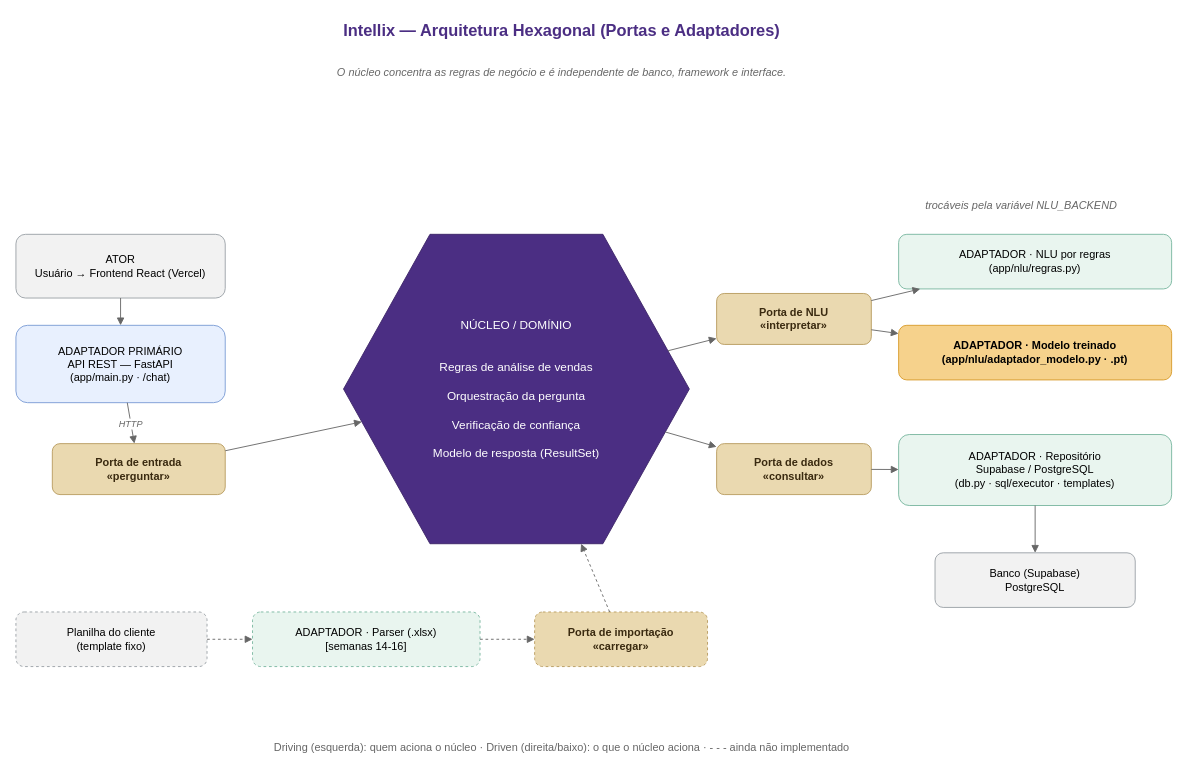
The draw.io diagram docs/diagramas/arquitetura_hexagonal.drawio in intellix-tcc/Intellix, before the edit. Source tidied: cells renumbered, new cells numbered last; positions are measured from the earlier drawing's top-left corner, leaving out a move shared by most shapes. Both pictures are drawn from the tidied source at 91%, with x=0, y=0 at pixel (15, 15).
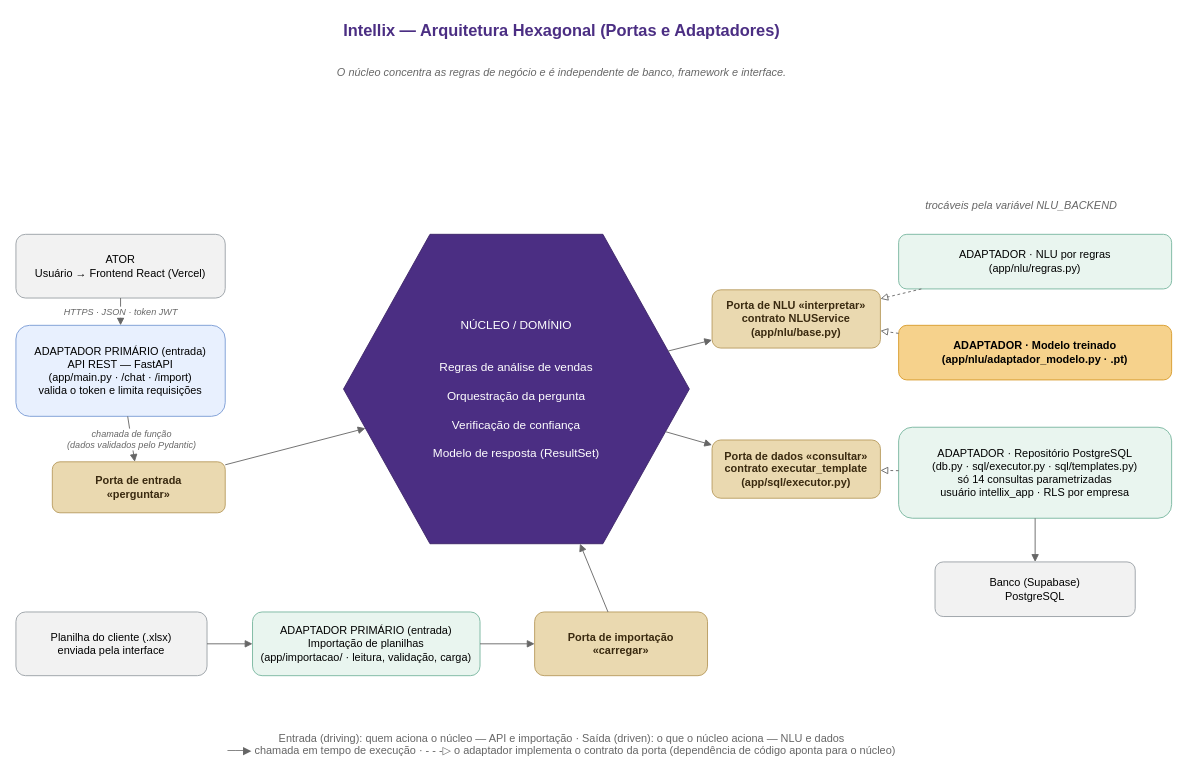
After the change.

Commit message (it also covers changes not shown here):
docs(diagramas): figura 6 sem backup automatico e hexagonal com achados 07-01 a 07-04

Unchanged cells that the change refers to:
```xml
<mxCell id="5" value="NÚCLEO / DOMÍNIO&#10;&#10;&#10;Regras de análise de vendas&#10;&#10;Orquestração da pergunta&#10;&#10;Verificação de confiança&#10;&#10;Modelo de resposta (ResultSet)" style="shape=hexagon;perimeter=hexagonPerimeter2;fontFamily=Helvetica;fontSize=12;html=1;whiteSpace=wrap;fillColor=#4B2E83;strokeColor=#3d2568;fontColor=#FFFFFF;fontSize=13;verticalAlign=middle;" parent="1" vertex="1">
  <mxGeometry x="360" y="240" width="380" height="340" as="geometry" />
</mxCell>
<mxCell id="6" value="ATOR&#10;Usuário → Frontend React (Vercel)" style="rounded=1;fontFamily=Helvetica;fontSize=12;html=1;whiteSpace=wrap;fillColor=#F2F2F2;strokeColor=#9aa0a6;" parent="1" vertex="1">
  <mxGeometry y="240" width="230" height="70" as="geometry" />
</mxCell>
<mxCell id="11" value="ADAPTADOR · NLU por regras&#10;(app/nlu/regras.py)" style="rounded=1;fontFamily=Helvetica;fontSize=12;html=1;whiteSpace=wrap;fillColor=#E9F5EF;strokeColor=#79b79f;" parent="1" vertex="1">
  <mxGeometry x="970" y="240" width="300" height="60" as="geometry" />
</mxCell>
<mxCell id="12" value="ADAPTADOR · Modelo treinado&#10;(app/nlu/adaptador_modelo.py · .pt)" style="rounded=1;fontFamily=Helvetica;fontSize=12;html=1;whiteSpace=wrap;fillColor=#F6D28C;strokeColor=#d89b2b;fontStyle=1;" parent="1" vertex="1">
  <mxGeometry x="970" y="340" width="300" height="60" as="geometry" />
</mxCell>
```

Diff of the diagram source:
```diff
@@
-    <mxCell id="4" value="Driving (esquerda): quem aciona o núcleo    ·    Driven (direita/baixo): o que o núcleo aciona    ·    - - -  ainda não implementado" style="text;fontFamily=Helvetica;fontSize=12;html=1;whiteSpace=wrap;strokeColor=none;fillColor=none;align=center;fontColor=#666666;" parent="1" vertex="1">
-      <mxGeometry x="130" y="790" width="940" height="26" as="geometry" />
+    <mxCell id="4" value="Entrada (driving): quem aciona o núcleo — API e importação    ·    Saída (driven): o que o núcleo aciona — NLU e dados&#10;──▶ chamada em tempo de execução    ·    - - -▷ o adaptador implementa o contrato da porta (dependência de código aponta para o núcleo)" style="text;fontFamily=Helvetica;fontSize=12;html=1;whiteSpace=wrap;strokeColor=none;fillColor=none;align=center;fontColor=#666666;" parent="1" vertex="1">
+      <mxGeometry x="80" y="780" width="1040" height="44" as="geometry" />
     </mxCell>
@@
-    <mxCell id="7" value="ADAPTADOR PRIMÁRIO&#10;API REST — FastAPI&#10;(app/main.py · /chat)" style="rounded=1;fontFamily=Helvetica;fontSize=12;html=1;whiteSpace=wrap;fillColor=#E8F0FE;strokeColor=#7a9bd4;" parent="1" vertex="1">
-      <mxGeometry y="340" width="230" height="85" as="geometry" />
+    <mxCell id="7" value="ADAPTADOR PRIMÁRIO (entrada)&#10;API REST — FastAPI&#10;(app/main.py · /chat · /import)&#10;valida o token e limita requisições" style="rounded=1;fontFamily=Helvetica;fontSize=12;html=1;whiteSpace=wrap;fillColor=#E8F0FE;strokeColor=#7a9bd4;" parent="1" vertex="1">
+      <mxGeometry y="340" width="230" height="100" as="geometry" />
     </mxCell>
     <mxCell id="8" value="Porta de entrada&#10;«perguntar»" style="rounded=1;fontFamily=Helvetica;fontSize=12;html=1;whiteSpace=wrap;fillColor=#EAD9B0;strokeColor=#b89b5e;fontColor=#3a2a10;fontStyle=1;" parent="1" vertex="1">
-      <mxGeometry x="40" y="470" width="190" height="56" as="geometry" />
+      <mxGeometry x="40" y="490" width="190" height="56" as="geometry" />
     </mxCell>
@@
-    <mxCell id="10" value="Porta de NLU&#10;«interpretar»" style="rounded=1;fontFamily=Helvetica;fontSize=12;html=1;whiteSpace=wrap;fillColor=#EAD9B0;strokeColor=#b89b5e;fontColor=#3a2a10;fontStyle=1;" parent="1" vertex="1">
-      <mxGeometry x="770" y="305" width="170" height="56" as="geometry" />
+    <mxCell id="10" value="Porta de NLU «interpretar»&#10;contrato NLUService&#10;(app/nlu/base.py)" style="rounded=1;fontFamily=Helvetica;fontSize=12;html=1;whiteSpace=wrap;fillColor=#EAD9B0;strokeColor=#b89b5e;fontColor=#3a2a10;fontStyle=1;" parent="1" vertex="1">
+      <mxGeometry x="765" y="301" width="185" height="64" as="geometry" />
     </mxCell>
@@
-    <mxCell id="13" value="Porta de dados&#10;«consultar»" style="rounded=1;fontFamily=Helvetica;fontSize=12;html=1;whiteSpace=wrap;fillColor=#EAD9B0;strokeColor=#b89b5e;fontColor=#3a2a10;fontStyle=1;" parent="1" vertex="1">
-      <mxGeometry x="770" y="470" width="170" height="56" as="geometry" />
+    <mxCell id="13" value="Porta de dados «consultar»&#10;contrato executar_template&#10;(app/sql/executor.py)" style="rounded=1;fontFamily=Helvetica;fontSize=12;html=1;whiteSpace=wrap;fillColor=#EAD9B0;strokeColor=#b89b5e;fontColor=#3a2a10;fontStyle=1;" parent="1" vertex="1">
+      <mxGeometry x="765" y="466" width="185" height="64" as="geometry" />
     </mxCell>
-    <mxCell id="14" value="ADAPTADOR · Repositório&#10;Supabase / PostgreSQL&#10;(db.py · sql/executor · templates)" style="rounded=1;fontFamily=Helvetica;fontSize=12;html=1;whiteSpace=wrap;fillColor=#E9F5EF;strokeColor=#79b79f;" parent="1" vertex="1">
-      <mxGeometry x="970" y="460" width="300" height="78" as="geometry" />
+    <mxCell id="14" value="ADAPTADOR · Repositório PostgreSQL&#10;(db.py · sql/executor.py · sql/templates.py)&#10;só 14 consultas parametrizadas&#10;usuário intellix_app · RLS por empresa" style="rounded=1;fontFamily=Helvetica;fontSize=12;html=1;whiteSpace=wrap;fillColor=#E9F5EF;strokeColor=#79b79f;" parent="1" vertex="1">
+      <mxGeometry x="970" y="452" width="300" height="100" as="geometry" />
     </mxCell>
     <mxCell id="15" value="Banco (Supabase)&#10;PostgreSQL" style="rounded=1;fontFamily=Helvetica;fontSize=12;html=1;whiteSpace=wrap;fillColor=#F2F2F2;strokeColor=#9aa0a6;" parent="1" vertex="1">
-      <mxGeometry x="1010" y="590" width="220" height="60" as="geometry" />
+      <mxGeometry x="1010" y="600" width="220" height="60" as="geometry" />
     </mxCell>
-    <mxCell id="16" value="Planilha do cliente&#10;(template fixo)" style="rounded=1;fontFamily=Helvetica;fontSize=12;html=1;whiteSpace=wrap;fillColor=#F2F2F2;strokeColor=#9aa0a6;dashed=1;" parent="1" vertex="1">
-      <mxGeometry y="655" width="210" height="60" as="geometry" />
+    <mxCell id="16" value="Planilha do cliente (.xlsx)&#10;enviada pela interface" style="rounded=1;fontFamily=Helvetica;fontSize=12;html=1;whiteSpace=wrap;fillColor=#F2F2F2;strokeColor=#9aa0a6;" parent="1" vertex="1">
+      <mxGeometry y="655" width="210" height="70" as="geometry" />
     </mxCell>
-    <mxCell id="17" value="ADAPTADOR · Parser (.xlsx)&#10;[semanas 14-16]" style="rounded=1;fontFamily=Helvetica;fontSize=12;html=1;whiteSpace=wrap;fillColor=#E9F5EF;strokeColor=#79b79f;dashed=1;" parent="1" vertex="1">
-      <mxGeometry x="260" y="655" width="250" height="60" as="geometry" />
+    <mxCell id="17" value="ADAPTADOR PRIMÁRIO (entrada)&#10;Importação de planilhas&#10;(app/importacao/ · leitura, validação, carga)" style="rounded=1;fontFamily=Helvetica;fontSize=12;html=1;whiteSpace=wrap;fillColor=#E9F5EF;strokeColor=#79b79f;" parent="1" vertex="1">
+      <mxGeometry x="260" y="655" width="250" height="70" as="geometry" />
     </mxCell>
-    <mxCell id="18" value="Porta de importação&#10;«carregar»" style="rounded=1;fontFamily=Helvetica;fontSize=12;html=1;whiteSpace=wrap;fillColor=#EAD9B0;strokeColor=#b89b5e;fontColor=#3a2a10;fontStyle=1;dashed=1;" parent="1" vertex="1">
-      <mxGeometry x="570" y="655" width="190" height="60" as="geometry" />
+    <mxCell id="18" value="Porta de importação&#10;«carregar»" style="rounded=1;fontFamily=Helvetica;fontSize=12;html=1;whiteSpace=wrap;fillColor=#EAD9B0;strokeColor=#b89b5e;fontColor=#3a2a10;fontStyle=1;" parent="1" vertex="1">
+      <mxGeometry x="570" y="655" width="190" height="70" as="geometry" />
     </mxCell>
-    <mxCell id="19" style="endArrow=block;html=1;rounded=0;strokeColor=#666666;fontFamily=Helvetica;fontSize=10;fontStyle=2;fontColor=#666666;" parent="1" edge="1" source="6" target="7">
+    <mxCell id="19" value="HTTPS · JSON · token JWT" style="endArrow=block;html=1;rounded=0;strokeColor=#666666;fontFamily=Helvetica;fontSize=10;fontStyle=2;fontColor=#666666;" parent="1" edge="1" source="6" target="7">
       <mxGeometry relative="1" as="geometry" />
     </mxCell>
-    <mxCell id="20" value="HTTP" style="endArrow=block;html=1;rounded=0;strokeColor=#666666;fontFamily=Helvetica;fontSize=10;fontStyle=2;fontColor=#666666;" parent="1" edge="1" source="7" target="8">
+    <mxCell id="20" value="chamada de função&#10;(dados validados pelo Pydantic)" style="endArrow=block;html=1;rounded=0;strokeColor=#666666;fontFamily=Helvetica;fontSize=10;fontStyle=2;fontColor=#666666;" parent="1" edge="1" source="7" target="8">
       <mxGeometry relative="1" as="geometry" />
     </mxCell>
@@
-    <mxCell id="23" style="endArrow=block;html=1;rounded=0;strokeColor=#666666;fontFamily=Helvetica;fontSize=10;fontStyle=2;fontColor=#666666;" parent="1" edge="1" source="10" target="11">
+    <mxCell id="23" style="endArrow=block;endFill=0;dashed=1;html=1;rounded=0;strokeColor=#666666;fontFamily=Helvetica;fontSize=10;fontStyle=2;fontColor=#666666;" parent="1" edge="1" source="11" target="10">
       <mxGeometry relative="1" as="geometry" />
     </mxCell>
-    <mxCell id="24" style="endArrow=block;html=1;rounded=0;strokeColor=#666666;fontFamily=Helvetica;fontSize=10;fontStyle=2;fontColor=#666666;" parent="1" edge="1" source="10" target="12">
+    <mxCell id="24" style="endArrow=block;endFill=0;dashed=1;html=1;rounded=0;strokeColor=#666666;fontFamily=Helvetica;fontSize=10;fontStyle=2;fontColor=#666666;" parent="1" edge="1" source="12" target="10">
       <mxGeometry relative="1" as="geometry" />
     </mxCell>
@@
-    <mxCell id="26" style="endArrow=block;html=1;rounded=0;strokeColor=#666666;fontFamily=Helvetica;fontSize=10;fontStyle=2;fontColor=#666666;" parent="1" edge="1" source="13" target="14">
+    <mxCell id="26" style="endArrow=block;endFill=0;dashed=1;html=1;rounded=0;strokeColor=#666666;fontFamily=Helvetica;fontSize=10;fontStyle=2;fontColor=#666666;" parent="1" edge="1" source="14" target="13">
       <mxGeometry relative="1" as="geometry" />
     </mxCell>
@@
-    <mxCell id="28" style="endArrow=block;html=1;rounded=0;strokeColor=#666666;fontFamily=Helvetica;fontSize=10;fontStyle=2;fontColor=#666666;dashed=1;" parent="1" edge="1" source="16" target="17">
+    <mxCell id="28" style="endArrow=block;html=1;rounded=0;strokeColor=#666666;fontFamily=Helvetica;fontSize=10;fontStyle=2;fontColor=#666666;" parent="1" edge="1" source="16" target="17">
       <mxGeometry relative="1" as="geometry" />
     </mxCell>
-    <mxCell id="29" style="endArrow=block;html=1;rounded=0;strokeColor=#666666;fontFamily=Helvetica;fontSize=10;fontStyle=2;fontColor=#666666;dashed=1;" parent="1" edge="1" source="17" target="18">
+    <mxCell id="29" style="endArrow=block;html=1;rounded=0;strokeColor=#666666;fontFamily=Helvetica;fontSize=10;fontStyle=2;fontColor=#666666;" parent="1" edge="1" source="17" target="18">
       <mxGeometry relative="1" as="geometry" />
     </mxCell>
-    <mxCell id="30" style="endArrow=block;html=1;rounded=0;strokeColor=#666666;fontFamily=Helvetica;fontSize=10;fontStyle=2;fontColor=#666666;dashed=1;" parent="1" edge="1" source="18" target="5">
+    <mxCell id="30" style="endArrow=block;html=1;rounded=0;strokeColor=#666666;fontFamily=Helvetica;fontSize=10;fontStyle=2;fontColor=#666666;" parent="1" edge="1" source="18" target="5">
       <mxGeometry relative="1" as="geometry" />
     </mxCell>
```
